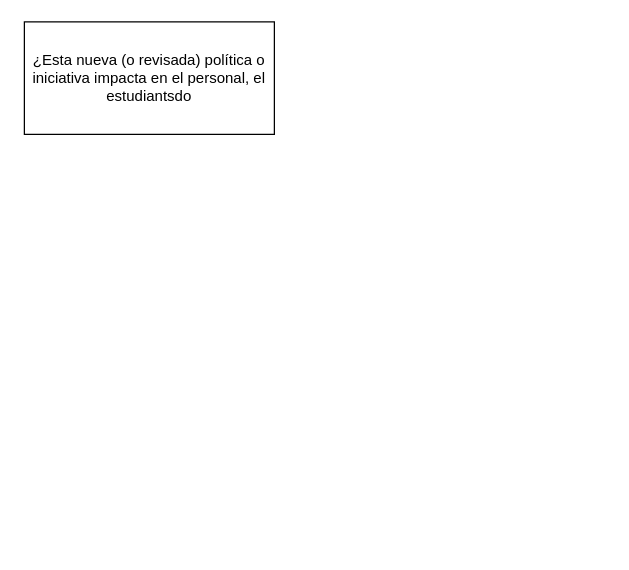
Before: Untitled Diagram.drawio in Multiple01/Multiple01, a draw.io diagram. Source tidied: cells renumbered, new cells numbered last; positions are measured from the earlier drawing's top-left corner, leaving out a move shared by most shapes. Both pictures are drawn from the tidied source at 125%, with x=0, y=0 at pixel (24, 21).
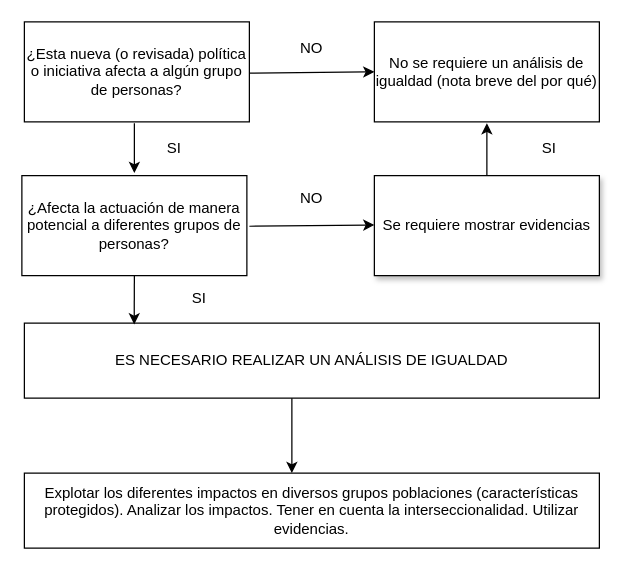
The same diagram, later.

What changed in the source:
```diff
@@
-    <mxCell id="2" value="¿Esta nueva (o revisada) política o iniciativa impacta en el personal, el estudiantsdo " style="rounded=0;whiteSpace=wrap;html=1;" parent="1" vertex="1">
-      <mxGeometry width="200" height="90" as="geometry" />
+    <mxCell id="2" value="¿Esta nueva (o revisada) política o iniciativa afecta a algún grupo de personas? " style="rounded=0;whiteSpace=wrap;html=1;" parent="1" vertex="1">
+      <mxGeometry width="180" height="80" as="geometry" />
     </mxCell>
+    <mxCell id="3" value="No se requiere un análisis de igualdad (nota breve del por qué)" style="rounded=0;whiteSpace=wrap;html=1;" parent="1" vertex="1">
+      <mxGeometry x="280" width="180" height="80" as="geometry" />
+    </mxCell>
+    <mxCell id="4" value="NO" style="text;html=1;align=center;verticalAlign=middle;whiteSpace=wrap;rounded=0;" parent="1" vertex="1">
+      <mxGeometry x="200" y="11" width="60" height="20" as="geometry" />
+    </mxCell>
+    <mxCell id="5" style="endArrow=classic;html=1;rounded=0;entryX=0;entryY=0.5;entryDx=0;entryDy=0;" parent="1" edge="1" target="3">
+      <mxGeometry relative="1" as="geometry">
+        <mxPoint x="180" y="41" as="sourcePoint" />
+      </mxGeometry>
+    </mxCell>
+    <mxCell id="6" style="endArrow=classic;html=1;rounded=0;" parent="1" edge="1">
+      <mxGeometry relative="1" as="geometry">
+        <mxPoint x="88" y="81" as="sourcePoint" />
+        <mxPoint x="88" y="121" as="targetPoint" />
+      </mxGeometry>
+    </mxCell>
+    <mxCell id="7" value="¿Afecta la actuación de manera potencial a diferentes grupos de personas? " style="rounded=0;whiteSpace=wrap;html=1;" parent="1" vertex="1">
+      <mxGeometry x="-2" y="123" width="180" height="80" as="geometry" />
+    </mxCell>
+    <mxCell id="8" value="SI" style="text;html=1;align=center;verticalAlign=middle;whiteSpace=wrap;rounded=0;" parent="1" vertex="1">
+      <mxGeometry x="90" y="91" width="60" height="20" as="geometry" />
+    </mxCell>
+    <mxCell id="9" style="edgeStyle=orthogonalEdgeStyle;rounded=0;jettySize=auto;html=1;exitX=0.5;exitY=0;exitDx=0;exitDy=0;" parent="1" edge="1" source="10">
+      <mxGeometry relative="1" as="geometry">
+        <mxPoint x="370" y="81" as="targetPoint" />
+      </mxGeometry>
+    </mxCell>
+    <mxCell id="10" value="Se requiere mostrar evidencias" style="rounded=0;whiteSpace=wrap;html=1;shadow=1;" parent="1" vertex="1">
+      <mxGeometry x="280" y="123" width="180" height="80" as="geometry" />
+    </mxCell>
+    <mxCell id="11" style="endArrow=classic;html=1;rounded=0;entryX=0;entryY=0.5;entryDx=0;entryDy=0;" parent="1" edge="1">
+      <mxGeometry relative="1" as="geometry">
+        <mxPoint x="180" y="163.5" as="sourcePoint" />
+        <mxPoint x="280" y="162.5" as="targetPoint" />
+      </mxGeometry>
+    </mxCell>
+    <mxCell id="12" value="NO" style="text;html=1;align=center;verticalAlign=middle;whiteSpace=wrap;rounded=0;" parent="1" vertex="1">
+      <mxGeometry x="200" y="131" width="60" height="20" as="geometry" />
+    </mxCell>
+    <mxCell id="13" value="SI" style="text;html=1;align=center;verticalAlign=middle;whiteSpace=wrap;rounded=0;" parent="1" vertex="1">
+      <mxGeometry x="390" y="91" width="60" height="20" as="geometry" />
+    </mxCell>
+    <mxCell id="14" value="ES NECESARIO REALIZAR UN ANÁLISIS DE IGUALDAD " style="rounded=0;whiteSpace=wrap;html=1;" parent="1" vertex="1">
+      <mxGeometry y="241" width="460" height="60" as="geometry" />
+    </mxCell>
+    <mxCell id="15" value="SI" style="text;html=1;align=center;verticalAlign=middle;whiteSpace=wrap;rounded=0;" parent="1" vertex="1">
+      <mxGeometry x="110" y="211" width="60" height="20" as="geometry" />
+    </mxCell>
+    <mxCell id="16" style="endArrow=classic;html=1;rounded=0;exitX=0.5;exitY=1;exitDx=0;exitDy=0;entryX=0.191;entryY=0.017;entryDx=0;entryDy=0;entryPerimeter=0;" parent="1" edge="1" source="7" target="14">
+      <mxGeometry relative="1" as="geometry" />
+    </mxCell>
+    <mxCell id="17" style="endArrow=classic;html=1;rounded=0;" parent="1" edge="1">
+      <mxGeometry relative="1" as="geometry">
+        <mxPoint x="214" y="301" as="sourcePoint" />
+        <mxPoint x="214" y="361" as="targetPoint" />
+      </mxGeometry>
+    </mxCell>
+    <mxCell id="18" value="Explotar los diferentes impactos en diversos grupos poblaciones (características protegidos). Analizar los impactos. Tener en cuenta la interseccionalidad. Utilizar evidencias. " style="rounded=0;whiteSpace=wrap;html=1;" parent="1" vertex="1">
+      <mxGeometry y="361" width="460" height="60" as="geometry" />
+    </mxCell>
```
